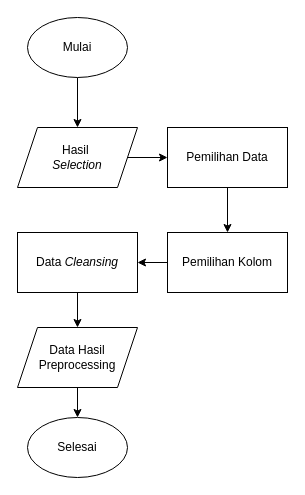
fadhilra101/skripsi keeps this draw.io diagram as diagrams/flowchart preprocessing.drawio. Above is the earlier version. Source tidied: cells renumbered, new cells numbered last; positions are measured from the earlier drawing's top-left corner, leaving out a move shared by most shapes. Both pictures are drawn from the tidied source at 100%, with x=0, y=0 at pixel (17, 17).
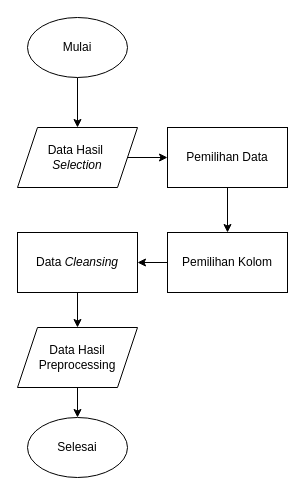
The same page after the edit.

The edit, as a diff of the source:
```diff
@@
 <mxGraphModel>
   <root>
     <mxCell id="0" />
     <mxCell id="1" parent="0" />
     <mxCell id="2" style="edgeStyle=orthogonalEdgeStyle;rounded=0;jettySize=auto;html=1;" parent="1" edge="1" source="3" target="5">
       <mxGeometry relative="1" as="geometry" />
     </mxCell>
     <mxCell id="3" value="Mulai" style="ellipse;whiteSpace=wrap;html=1;" parent="1" vertex="1">
       <mxGeometry x="10" width="100" height="60" as="geometry" />
     </mxCell>
     <mxCell id="4" style="edgeStyle=orthogonalEdgeStyle;rounded=0;jettySize=auto;html=1;" parent="1" edge="1" source="5" target="7">
       <mxGeometry relative="1" as="geometry" />
     </mxCell>
-    <mxCell id="5" value="Hasil&amp;nbsp;&lt;div&gt;&lt;i&gt;Selection&lt;/i&gt;&lt;/div&gt;" style="shape=parallelogram;perimeter=parallelogramPerimeter;whiteSpace=wrap;html=1;fixedSize=1;" parent="1" vertex="1">
+    <mxCell id="5" value="Data Hasil&amp;nbsp;&lt;div&gt;&lt;i&gt;Selection&lt;/i&gt;&lt;/div&gt;" style="shape=parallelogram;perimeter=parallelogramPerimeter;whiteSpace=wrap;html=1;fixedSize=1;" parent="1" vertex="1">
       <mxGeometry y="110" width="120" height="60" as="geometry" />
     </mxCell>
     <mxCell id="6" style="edgeStyle=orthogonalEdgeStyle;rounded=0;jettySize=auto;html=1;" parent="1" edge="1" source="7" target="12">
       <mxGeometry relative="1" as="geometry" />
     </mxCell>
     <mxCell id="7" value="Pemilihan Data" style="rounded=0;whiteSpace=wrap;html=1;" parent="1" vertex="1">
       <mxGeometry x="150" y="110" width="120" height="60" as="geometry" />
     </mxCell>
     <mxCell id="8" style="edgeStyle=orthogonalEdgeStyle;rounded=0;jettySize=auto;html=1;" parent="1" edge="1" source="9" target="10">
       <mxGeometry relative="1" as="geometry" />
     </mxCell>
     <mxCell id="9" value="Data Hasil&lt;div&gt;Preprocessing&lt;/div&gt;" style="shape=parallelogram;perimeter=parallelogramPerimeter;whiteSpace=wrap;html=1;fixedSize=1;" parent="1" vertex="1">
       <mxGeometry y="310" width="120" height="60" as="geometry" />
     </mxCell>
     <mxCell id="10" value="Selesai" style="ellipse;whiteSpace=wrap;html=1;" parent="1" vertex="1">
       <mxGeometry x="10" y="400" width="100" height="60" as="geometry" />
     </mxCell>
     <mxCell id="11" style="edgeStyle=orthogonalEdgeStyle;rounded=0;jettySize=auto;html=1;" parent="1" edge="1" source="12" target="14">
       <mxGeometry relative="1" as="geometry" />
     </mxCell>
     <mxCell id="12" value="Pemilihan Kolom" style="rounded=0;whiteSpace=wrap;html=1;" parent="1" vertex="1">
       <mxGeometry x="150" y="215" width="120" height="60" as="geometry" />
     </mxCell>
     <mxCell id="13" style="edgeStyle=orthogonalEdgeStyle;rounded=0;jettySize=auto;html=1;" parent="1" edge="1" source="14" target="9">
       <mxGeometry relative="1" as="geometry" />
     </mxCell>
     <mxCell id="14" value="Data &lt;i&gt;Cleansing&lt;/i&gt;" style="rounded=0;whiteSpace=wrap;html=1;" parent="1" vertex="1">
       <mxGeometry y="215" width="120" height="60" as="geometry" />
     </mxCell>
   </root>
 </mxGraphModel>
```
